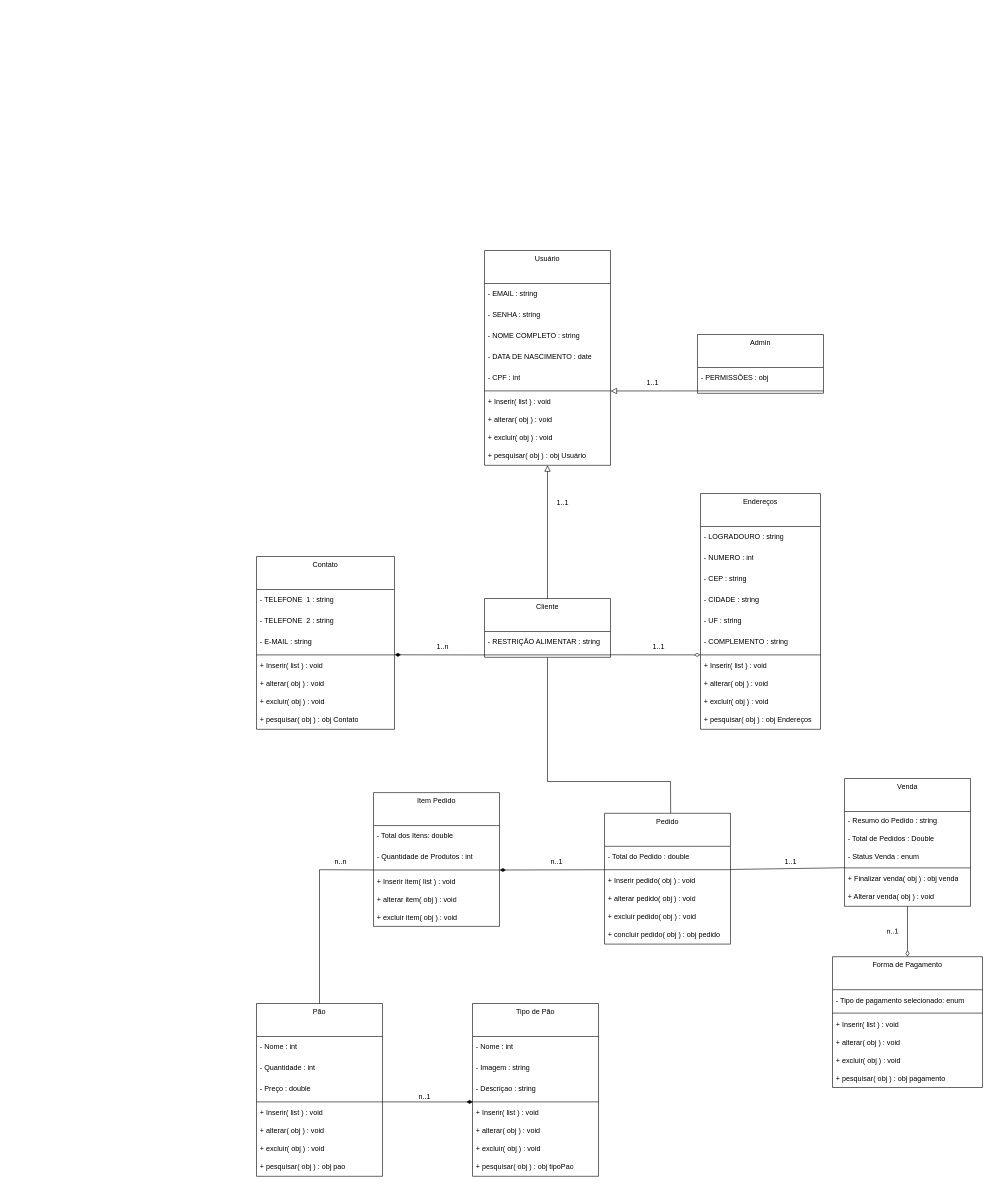
The draw.io diagram Diagramas/diagrama_de_classes.drawio in LeozinRomeiro/Modelagem_SENAI_CTM, before the edit. Source tidied: cells renumbered, new cells numbered last; positions are measured from the earlier drawing's top-left corner, leaving out a move shared by most shapes. Both pictures are drawn from the tidied source at 60%, with x=0, y=0 at pixel (256, 250).
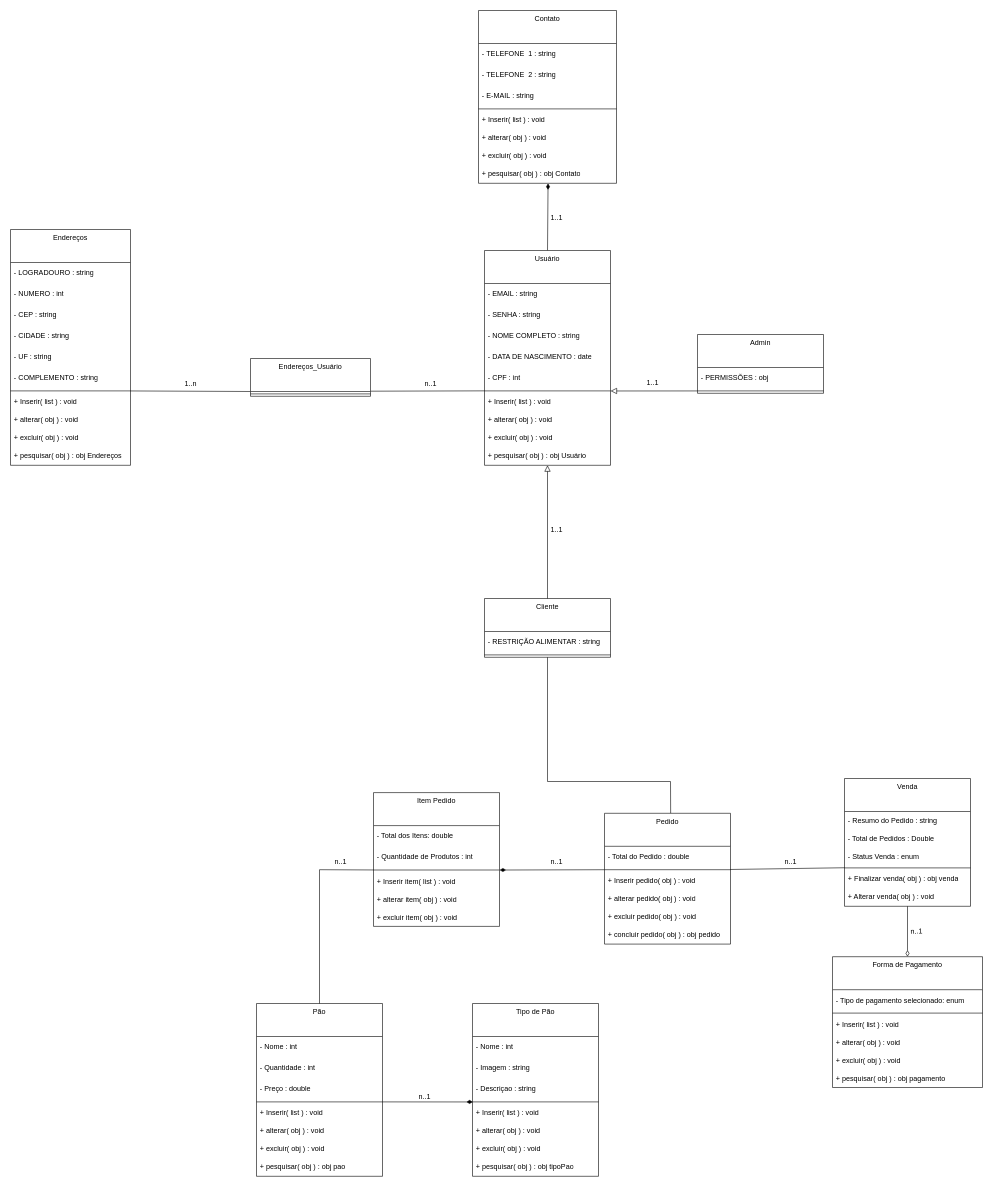
The same diagram, later.

Unchanged cells that the change refers to:
```xml
<mxCell id="13" style="line;strokeWidth=1;fillColor=none;align=left;verticalAlign=middle;spacingTop=-1;spacingLeft=3;spacingRight=3;labelPosition=right;points=[];portConstraint=eastwest;" parent="11" vertex="1">
  <mxGeometry y="90" width="210" height="8" as="geometry" />
</mxCell>
<mxCell id="21" style="line;strokeWidth=1;fillColor=none;align=left;verticalAlign=middle;spacingTop=-1;spacingLeft=3;spacingRight=3;labelPosition=right;points=[];portConstraint=eastwest;" parent="14" vertex="1">
  <mxGeometry y="265" width="200" height="8" as="geometry" />
</mxCell>
<mxCell id="30" style="line;strokeWidth=1;fillColor=none;align=left;verticalAlign=middle;spacingTop=-1;spacingLeft=3;spacingRight=3;labelPosition=right;points=[];portConstraint=eastwest;" parent="26" vertex="1">
  <mxGeometry y="160" width="230" height="8" as="geometry" />
</mxCell>
<mxCell id="34" value="+ pesquisar( obj ) : obj Contato" style="text;html=1;strokeColor=none;fillColor=none;align=left;verticalAlign=middle;spacingLeft=4;spacingRight=4;overflow=hidden;points=[[0,0.5],[1,0.5]];portConstraint=eastwest;whiteSpace=wrap;" parent="26" vertex="1">
  <mxGeometry y="258" width="230" height="30" as="geometry" />
</mxCell>
<mxCell id="86" value="Usuário" style="swimlane;fontStyle=0;align=center;verticalAlign=top;horizontal=1;startSize=55;html=1;whiteSpace=wrap;" parent="1" vertex="1">
  <mxGeometry x="380" width="210" height="358" as="geometry" />
</mxCell>
<mxCell id="92" style="line;strokeWidth=1;fillColor=none;align=left;verticalAlign=middle;spacingTop=-1;spacingLeft=3;spacingRight=3;labelPosition=right;points=[];portConstraint=eastwest;" parent="86" vertex="1">
  <mxGeometry y="230" width="210" height="8" as="geometry" />
</mxCell>
```

The edit, as a diff of the source:
```diff
@@
     <mxCell id="14" value="Endereços" style="swimlane;fontStyle=0;align=center;verticalAlign=top;horizontal=1;startSize=55;html=1;whiteSpace=wrap;" parent="1" vertex="1">
-      <mxGeometry x="740" y="405" width="200" height="393" as="geometry" />
+      <mxGeometry x="-410" y="-35" width="200" height="393" as="geometry" />
     </mxCell>
@@
     <mxCell id="26" value="Contato" style="swimlane;fontStyle=0;align=center;verticalAlign=top;horizontal=1;startSize=55;html=1;whiteSpace=wrap;" parent="1" vertex="1">
-      <mxGeometry y="510" width="230" height="288" as="geometry" />
+      <mxGeometry x="370" y="-400" width="230" height="288" as="geometry" />
     </mxCell>
@@
-    <mxCell id="77" style="endArrow=none;startArrow=diamondThin;endFill=0;startFill=1;html=1;verticalAlign=bottom;labelBackgroundColor=none;strokeWidth=1;startSize=8;endSize=8;rounded=0;exitX=1.001;exitY=0.479;exitDx=0;exitDy=0;exitPerimeter=0;entryX=0.001;entryY=0.509;entryDx=0;entryDy=0;entryPerimeter=0;" parent="1" edge="1" source="30" target="13">
+    <mxCell id="77" style="endArrow=none;startArrow=diamondThin;endFill=0;startFill=1;html=1;verticalAlign=bottom;labelBackgroundColor=none;strokeWidth=1;startSize=8;endSize=8;rounded=0;entryX=0.5;entryY=0;entryDx=0;entryDy=0;exitX=0.504;exitY=1.007;exitDx=0;exitDy=0;exitPerimeter=0;" parent="1" edge="1" source="34" target="86">
       <mxGeometry relative="1" as="geometry" />
     </mxCell>
@@
-    <mxCell id="79" value="n..n" style="text;html=1;align=center;verticalAlign=middle;strokeColor=none;fillColor=none;" parent="1" vertex="1">
+    <mxCell id="79" value="n..1" style="text;html=1;align=center;verticalAlign=middle;strokeColor=none;fillColor=none;" parent="1" vertex="1">
       <mxGeometry x="120" y="1003.5" width="40" height="30" as="geometry" />
     </mxCell>
@@
-    <mxCell id="81" value="1..1" style="text;html=1;align=center;verticalAlign=middle;strokeColor=none;fillColor=none;" parent="1" vertex="1">
+    <mxCell id="81" value="n..1" style="text;html=1;align=center;verticalAlign=middle;strokeColor=none;fillColor=none;" parent="1" vertex="1">
       <mxGeometry x="870" y="1003.5" width="40" height="30" as="geometry" />
     </mxCell>
     <mxCell id="82" value="n..1" style="text;html=1;align=center;verticalAlign=middle;strokeColor=none;fillColor=none;horizontal=1;rotation=-1;" parent="1" vertex="1">
-      <mxGeometry x="1040" y="1120" width="40" height="30" as="geometry" />
+      <mxGeometry x="1080" y="1120" width="40" height="30" as="geometry" />
     </mxCell>
     <mxCell id="83" value="1..1" style="text;html=1;align=center;verticalAlign=middle;strokeColor=none;fillColor=none;" parent="1" vertex="1">
-      <mxGeometry x="650" y="645" width="40" height="30" as="geometry" />
+      <mxGeometry x="480" y="-70" width="40" height="30" as="geometry" />
     </mxCell>
     <mxCell id="84" value="1..n" style="text;html=1;align=center;verticalAlign=middle;strokeColor=none;fillColor=none;" parent="1" vertex="1">
-      <mxGeometry x="290" y="645" width="40" height="30" as="geometry" />
+      <mxGeometry x="-130" y="208" width="40" height="30" as="geometry" />
     </mxCell>
-    <mxCell id="85" style="endArrow=none;startArrow=diamondThin;endFill=0;startFill=0;html=1;verticalAlign=bottom;labelBackgroundColor=none;strokeWidth=1;startSize=8;endSize=8;rounded=0;entryX=0.998;entryY=0.476;entryDx=0;entryDy=0;entryPerimeter=0;exitX=-0.001;exitY=0.496;exitDx=0;exitDy=0;exitPerimeter=0;" parent="1" edge="1" source="21" target="13">
-      <mxGeometry relative="1" as="geometry" />
-    </mxCell>
@@
     <mxCell id="101" value="1..1" style="text;html=1;align=center;verticalAlign=middle;strokeColor=none;fillColor=none;" parent="1" vertex="1">
-      <mxGeometry x="490" y="405" width="40" height="30" as="geometry" />
+      <mxGeometry x="480" y="450" width="40" height="30" as="geometry" />
     </mxCell>
@@
+    <mxCell id="107" value="Endereços_Usuário" style="swimlane;fontStyle=0;align=center;verticalAlign=top;horizontal=1;startSize=55;html=1;whiteSpace=wrap;" parent="1" vertex="1">
+      <mxGeometry x="-10" y="180" width="200" height="63" as="geometry" />
+    </mxCell>
+    <mxCell id="108" style="line;strokeWidth=1;fillColor=none;align=left;verticalAlign=middle;spacingTop=-1;spacingLeft=3;spacingRight=3;labelPosition=right;" parent="107" vertex="1">
+      <mxGeometry y="55" width="200" height="8" as="geometry" />
+    </mxCell>
+    <mxCell id="109" style="endArrow=none;html=1;rounded=0;exitX=0.999;exitY=0.509;exitDx=0;exitDy=0;exitPerimeter=0;entryX=-0.001;entryY=0.873;entryDx=0;entryDy=0;entryPerimeter=0;" parent="1" edge="1" source="21" target="107">
+      <mxGeometry relative="1" as="geometry" />
+    </mxCell>
+    <mxCell id="110" style="endArrow=none;html=1;rounded=0;entryX=0.001;entryY=0.491;entryDx=0;entryDy=0;entryPerimeter=0;exitX=1.002;exitY=0.865;exitDx=0;exitDy=0;exitPerimeter=0;" parent="1" edge="1" source="107" target="92">
+      <mxGeometry relative="1" as="geometry" />
+    </mxCell>
+    <mxCell id="111" value="n..1" style="text;html=1;align=center;verticalAlign=middle;strokeColor=none;fillColor=none;" parent="1" vertex="1">
+      <mxGeometry x="270" y="208" width="40" height="30" as="geometry" />
+    </mxCell>
```
